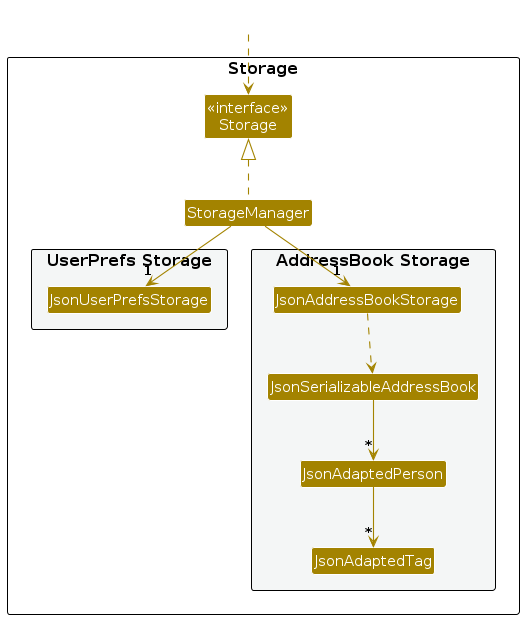
The PlantUML diagram diagrams/StorageClassDiagram.png in AY2627S1-CS2103T-T11-1/tp, before a commit. Its source is kept beside it as diagrams/StorageClassDiagram.puml.
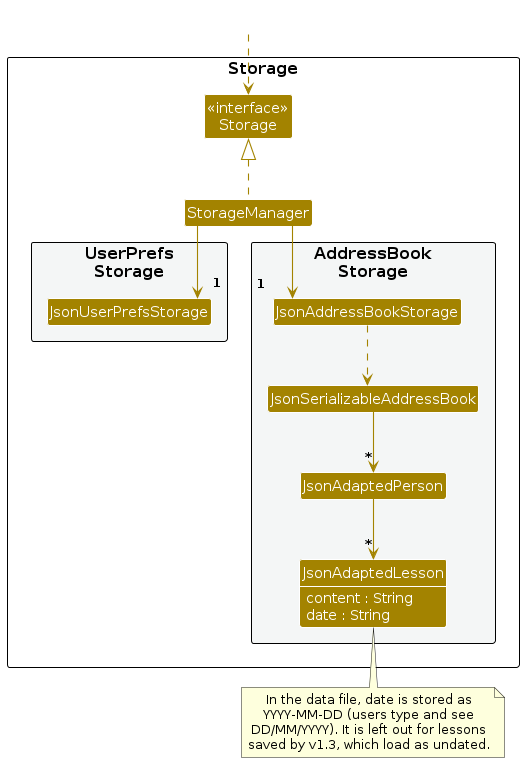
Above is the later version.

Diff of the diagram source:
```diff
@@ -3,24 +3,38 @@
 skinparam arrowThickness 1.1
 skinparam arrowColor STORAGE_COLOR
 skinparam classBackgroundColor STORAGE_COLOR
+skinparam classAttributeFontColor #FFFFFF
+skinparam linetype ortho
 
 package Storage as StoragePackage {
 
 Class "<<interface>>\nStorage" as Storage
 Class StorageManager
 
-package "UserPrefs Storage" #F4F6F6{
+package "UserPrefs\nStorage" #F4F6F6{
 Class JsonUserPrefsStorage
 }
 
-package "AddressBook Storage" #F4F6F6{
+package "AddressBook\nStorage" #F4F6F6{
 Class JsonAddressBookStorage
 Class JsonSerializableAddressBook
 Class JsonAdaptedPerson
-Class JsonAdaptedTag
+Class JsonAdaptedLesson {
+  content : String
+  date : String
+}
 }
 
 }
+
+show JsonAdaptedLesson fields
+
+note bottom of JsonAdaptedLesson
+  In the data file, date is stored as
+  YYYY-MM-DD (users type and see
+  DD/MM/YYYY). It is left out for lessons
+  saved by v1.3, which load as undated.
+end note
 
 Class HiddenOutside #FFFFFF
 HiddenOutside ..> Storage
@@ -31,6 +45,6 @@
 
 JsonAddressBookStorage ..> JsonSerializableAddressBook
 JsonSerializableAddressBook --> "*" JsonAdaptedPerson
-JsonAdaptedPerson --> "*" JsonAdaptedTag
+JsonAdaptedPerson --> "*" JsonAdaptedLesson
 
 @enduml
```
